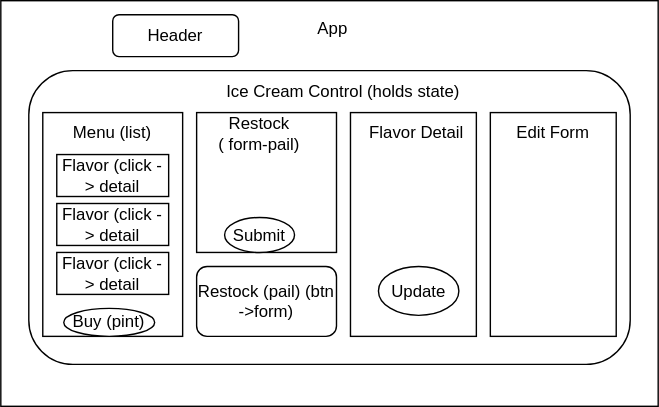
Before: src/assets/diagram.drawio.svg, a diagram exported from draw.io (kimmykokonut/inventory-tracker-redux). Source tidied: cells renumbered, new cells last; positions are measured from the earlier drawing's top-left corner, leaving out a move shared by most shapes.
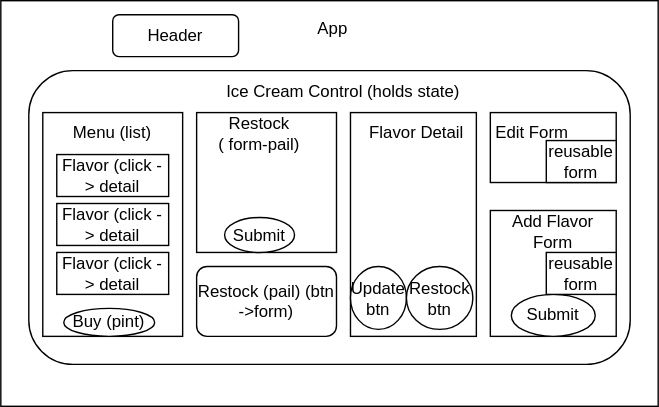
The same diagram one commit later.

Commit message:
update component diagram

Diff of the diagram source:
```diff
@@ -21,7 +21,7 @@
       <mxGeometry x="140" y="80" width="100" height="100" as="geometry" />
     </mxCell>
     <mxCell id="8" style="rounded=0;whiteSpace=wrap;html=1;" parent="1" vertex="1">
-      <mxGeometry x="350" y="80" width="90" height="160" as="geometry" />
+      <mxGeometry x="350" y="80" width="90" height="50" as="geometry" />
     </mxCell>
     <mxCell id="9" style="rounded=0;whiteSpace=wrap;html=1;" parent="1" vertex="1">
       <mxGeometry x="250" y="80" width="90" height="160" as="geometry" />
@@ -59,11 +59,29 @@
     <mxCell id="20" value="Flavor Detail" style="text;html=1;strokeColor=none;fillColor=none;align=center;verticalAlign=middle;whiteSpace=wrap;rounded=0;" parent="11" vertex="1">
       <mxGeometry x="230" width="75" height="30" as="geometry" />
     </mxCell>
-    <mxCell id="21" value="Update" style="ellipse;whiteSpace=wrap;html=1;" parent="11" vertex="1">
-      <mxGeometry x="240" y="110" width="57.5" height="35" as="geometry" />
+    <mxCell id="21" value="Update btn" style="ellipse;whiteSpace=wrap;html=1;" parent="11" vertex="1">
+      <mxGeometry x="220" y="110" width="40" height="45" as="geometry" />
     </mxCell>
+    <mxCell id="23" value="Restock btn" style="ellipse;whiteSpace=wrap;html=1;" parent="11" vertex="1">
+      <mxGeometry x="260" y="110" width="47.5" height="45" as="geometry" />
+    </mxCell>
     <mxCell id="22" value="Edit Form" style="text;html=1;strokeColor=none;fillColor=none;align=center;verticalAlign=middle;whiteSpace=wrap;rounded=0;" parent="1" vertex="1">
-      <mxGeometry x="365" y="80" width="60" height="30" as="geometry" />
+      <mxGeometry x="350" y="80" width="60" height="30" as="geometry" />
     </mxCell>
+    <mxCell id="24" style="rounded=0;whiteSpace=wrap;html=1;" parent="1" vertex="1">
+      <mxGeometry x="350" y="150" width="90" height="90" as="geometry" />
+    </mxCell>
+    <mxCell id="25" value="Add Flavor Form" style="text;html=1;strokeColor=none;fillColor=none;align=center;verticalAlign=middle;whiteSpace=wrap;rounded=0;" parent="1" vertex="1">
+      <mxGeometry x="350" y="150" width="90" height="30" as="geometry" />
+    </mxCell>
+    <mxCell id="26" value="Submit" style="ellipse;whiteSpace=wrap;html=1;" parent="1" vertex="1">
+      <mxGeometry x="365" y="210" width="60" height="30" as="geometry" />
+    </mxCell>
+    <mxCell id="27" value="reusable form" style="rounded=0;whiteSpace=wrap;html=1;" parent="1" vertex="1">
+      <mxGeometry x="390" y="100" width="50" height="30" as="geometry" />
+    </mxCell>
+    <mxCell id="28" value="reusable form" style="rounded=0;whiteSpace=wrap;html=1;" parent="1" vertex="1">
+      <mxGeometry x="390" y="180" width="50" height="30" as="geometry" />
+    </mxCell>
   </root>
 </mxGraphModel>
```
